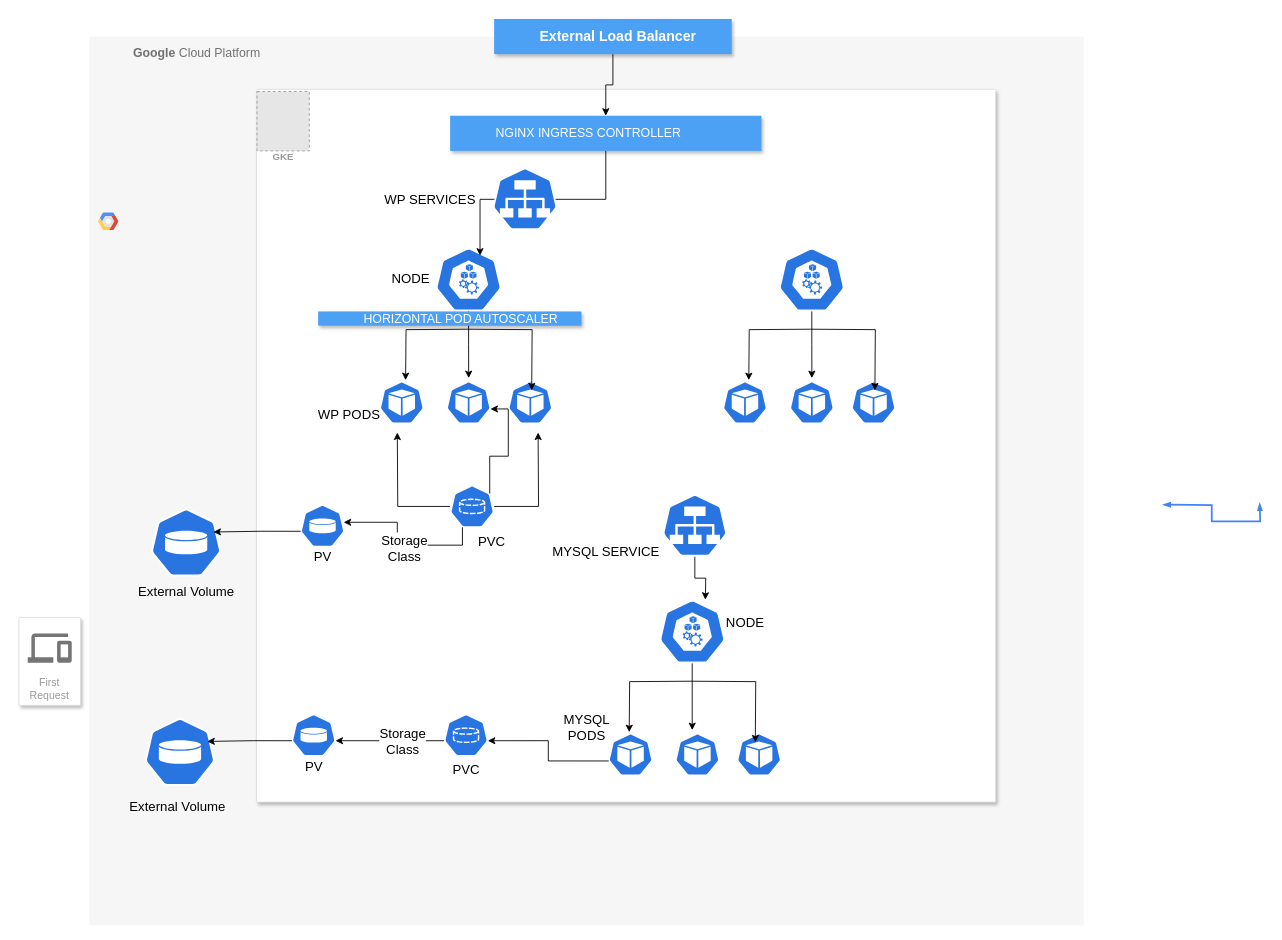
The draw.io diagram Untitled Diagram.drawio in Eebru-gzy/Draw.io-repo, before the edit. Source tidied: cells renumbered, new cells numbered last; positions are measured from the earlier drawing's top-left corner, leaving out a move shared by most shapes. Both pictures are drawn from the tidied source at 88%, with x=0, y=0 at pixel (18, 18). Pictures stored in the file or linked from it are replaced by grey dashed boxes.
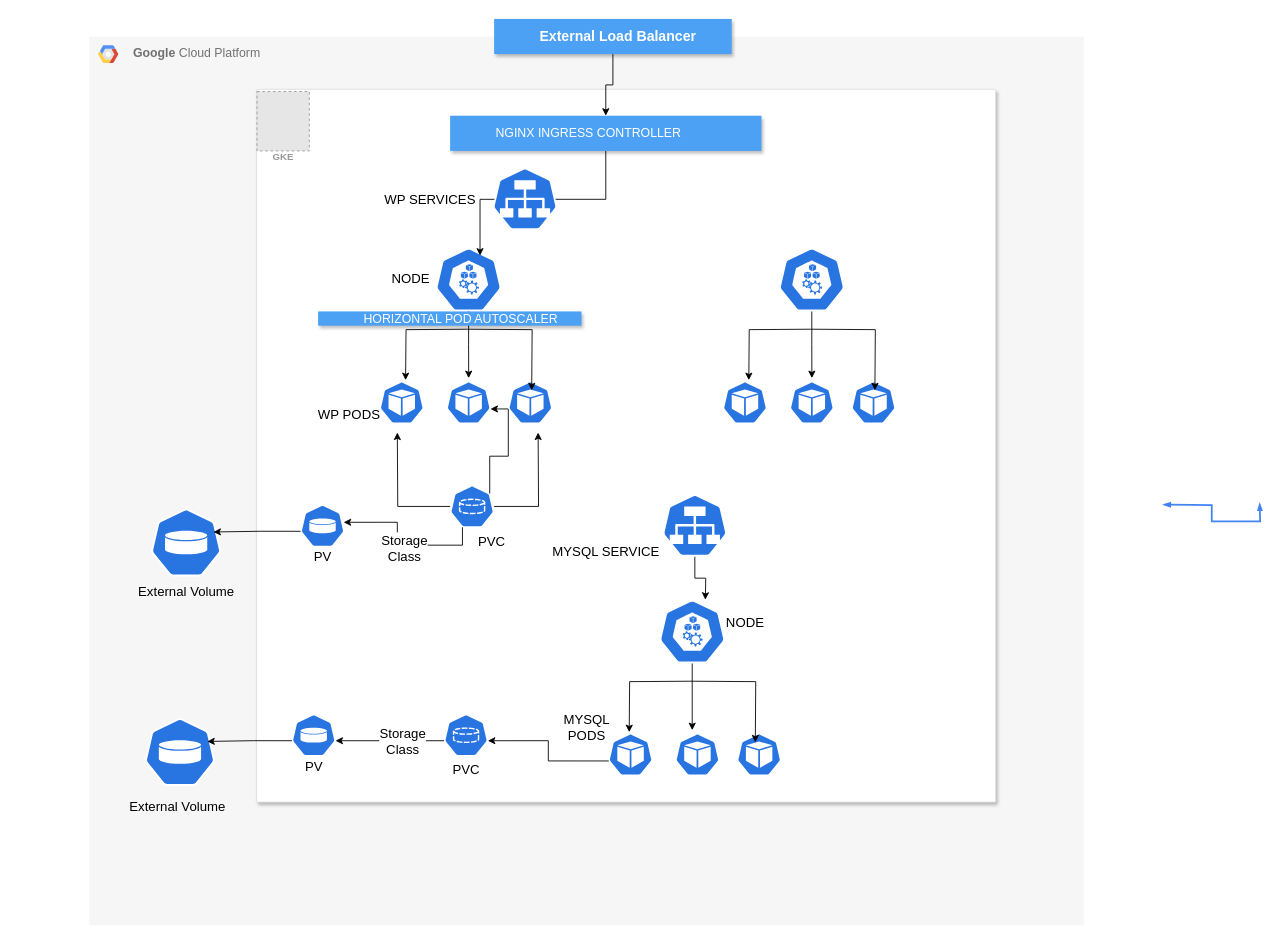
Above is the later version.

Change to the diagram source:
```diff
@@
-    <mxCell id="4" value="First Request" style="strokeColor=#dddddd;fillColor=#ffffff;shadow=1;strokeWidth=1;rounded=1;absoluteArcSize=1;arcSize=2;labelPosition=center;verticalLabelPosition=middle;align=center;verticalAlign=bottom;spacingLeft=0;fontColor=#999999;fontSize=12;whiteSpace=wrap;spacingBottom=2;html=1;" parent="1" vertex="1">
-      <mxGeometry y="680" width="70" height="100" as="geometry" />
-    </mxCell>
-    <mxCell id="5" style="dashed=0;html=1;fillColor=#757575;strokeColor=none;shape=mxgraph.gcp2.desktop_and_mobile;" parent="4" vertex="1">
-      <mxGeometry x="0.5" width="50" height="33" relative="1" as="geometry">
-        <mxPoint x="-25" y="18.5" as="offset" />
-      </mxGeometry>
-    </mxCell>
@@
     <mxCell id="7" style="shape=mxgraph.gcp2.google_cloud_platform;fillColor=#F6F6F6;strokeColor=none;shadow=0;gradientColor=none;" parent="1" vertex="1">
-      <mxGeometry x="90" y="220" width="23" height="20" as="geometry">
+      <mxGeometry x="90" y="30" width="23" height="20" as="geometry">
         <mxPoint x="20" y="10" as="offset" />
       </mxGeometry>
     </mxCell>
```
